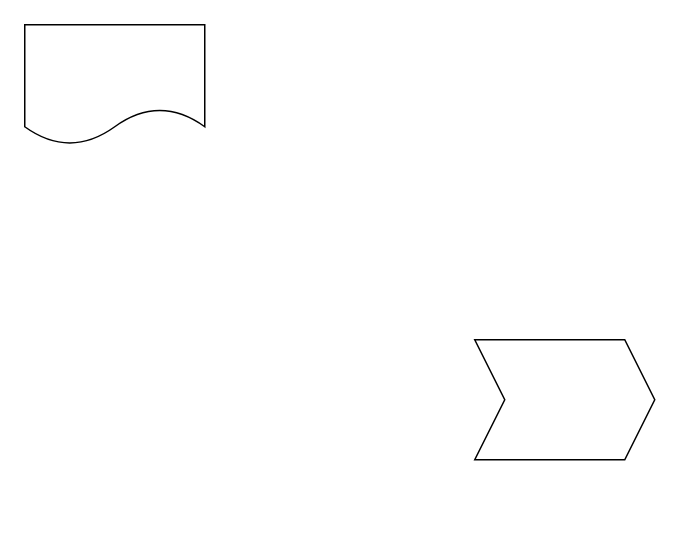
Earlier version of the draw.io diagram 未命名绘图.drawio (wanghengkun/drawio_dri). Source tidied: cells renumbered, new cells numbered last; positions are measured from the earlier drawing's top-left corner, leaving out a move shared by most shapes. Both pictures are drawn from the tidied source at 150%, with x=0, y=0 at pixel (24, 24).
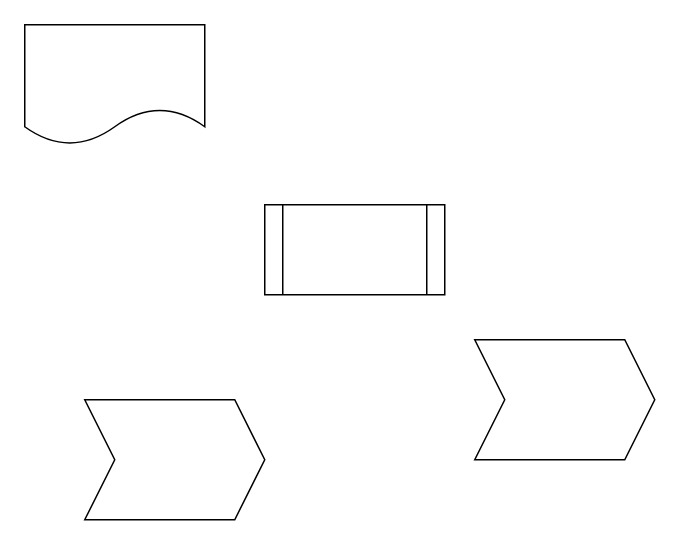
The same diagram, later.

Commit message:
更新未命名绘图.drawio

Change to the diagram source:
```diff
@@
 <mxGraphModel>
   <root>
     <mxCell id="0" />
     <mxCell id="1" parent="0" />
     <mxCell id="2" style="shape=document;whiteSpace=wrap;html=1;boundedLbl=1;" parent="1" vertex="1">
       <mxGeometry width="120" height="80" as="geometry" />
     </mxCell>
     <mxCell id="3" style="shape=step;perimeter=stepPerimeter;whiteSpace=wrap;html=1;fixedSize=1;" parent="1" vertex="1">
       <mxGeometry x="300" y="210" width="120" height="80" as="geometry" />
     </mxCell>
+    <mxCell id="4" style="shape=process;whiteSpace=wrap;html=1;backgroundOutline=1;" parent="1" vertex="1">
+      <mxGeometry x="160" y="120" width="120" height="60" as="geometry" />
+    </mxCell>
+    <mxCell id="5" style="shape=step;perimeter=stepPerimeter;whiteSpace=wrap;html=1;fixedSize=1;" parent="1" vertex="1">
+      <mxGeometry x="40" y="250" width="120" height="80" as="geometry" />
+    </mxCell>
   </root>
 </mxGraphModel>
```
